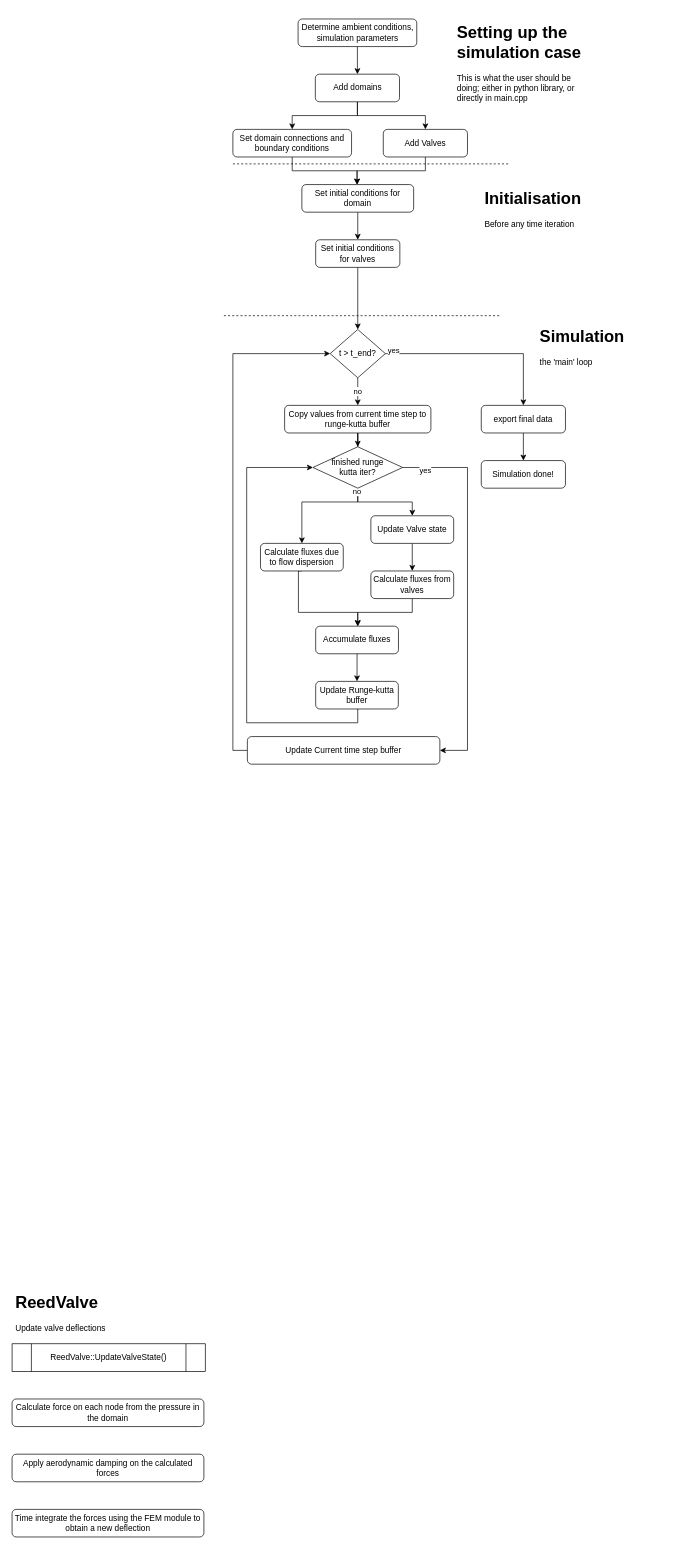
Above: page "Program-Flow-unabstracted" (2 of 5) of documentation/air_breathing_layout.drawio in Aidavdw/komurasaki_air_breathing (draw.io), before the change. Source tidied: cells renumbered, new cells numbered last; positions are measured from the earlier drawing's top-left corner, leaving out a move shared by most shapes. Both pictures are drawn from the tidied source at 69%, with x=0, y=0 at pixel (12, 19).
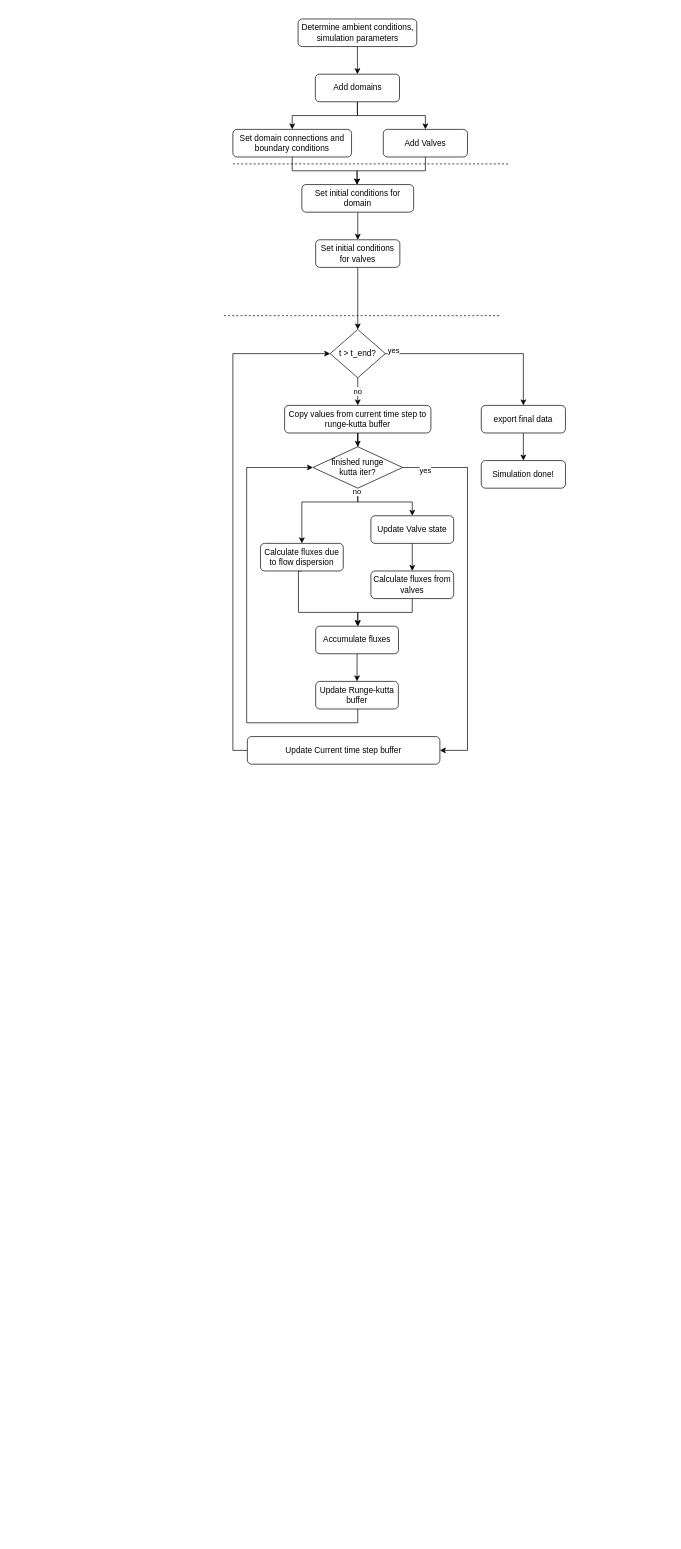
After the change.

What changed in the source:
```diff
@@
-    <mxCell id="13" value="&lt;h1&gt;Setting up the simulation case&lt;/h1&gt;&lt;p&gt;This is what the user should be doing; either in python library, or directly in main.cpp&lt;/p&gt;" style="text;html=1;strokeColor=none;fillColor=none;spacing=5;spacingTop=-20;whiteSpace=wrap;overflow=hidden;rounded=0;" parent="1" vertex="1">
-      <mxGeometry x="640" width="192" height="170" as="geometry" />
-    </mxCell>
-    <mxCell id="14" value="&lt;h1&gt;Initialisation&lt;/h1&gt;&lt;p&gt;Before any time iteration&lt;/p&gt;" style="text;html=1;strokeColor=none;fillColor=none;spacing=5;spacingTop=-20;whiteSpace=wrap;overflow=hidden;rounded=0;" parent="1" vertex="1">
-      <mxGeometry x="680" y="240" width="192" height="70" as="geometry" />
-    </mxCell>
@@
-    <mxCell id="39" value="&lt;h1&gt;Simulation&lt;/h1&gt;&lt;p&gt;the 'main' loop&lt;/p&gt;" style="text;html=1;strokeColor=none;fillColor=none;spacing=5;spacingTop=-20;whiteSpace=wrap;overflow=hidden;rounded=0;" parent="1" vertex="1">
-      <mxGeometry x="760" y="440" width="192" height="70" as="geometry" />
-    </mxCell>
@@
-    <mxCell id="44" value="Calculate force on each node from the pressure in the domain" style="rounded=1;whiteSpace=wrap;html=1;fontSize=12;glass=0;strokeWidth=1;shadow=0;" parent="1" vertex="1">
-      <mxGeometry y="2000" width="278" height="40" as="geometry" />
-    </mxCell>
-    <mxCell id="45" value="&lt;h1&gt;ReedValve&lt;/h1&gt;&lt;p&gt;Update valve deflections&lt;/p&gt;" style="text;html=1;strokeColor=none;fillColor=none;spacing=5;spacingTop=-20;whiteSpace=wrap;overflow=hidden;rounded=0;" parent="1" vertex="1">
-      <mxGeometry y="1840" width="520" height="90" as="geometry" />
-    </mxCell>
-    <mxCell id="46" value="Apply aerodynamic damping on the calculated forces" style="rounded=1;whiteSpace=wrap;html=1;fontSize=12;glass=0;strokeWidth=1;shadow=0;" parent="1" vertex="1">
-      <mxGeometry y="2080" width="278" height="40" as="geometry" />
-    </mxCell>
-    <mxCell id="47" value="Time integrate the forces using the FEM module to obtain a new deflection" style="rounded=1;whiteSpace=wrap;html=1;fontSize=12;glass=0;strokeWidth=1;shadow=0;" parent="1" vertex="1">
-      <mxGeometry y="2160" width="278" height="40" as="geometry" />
-    </mxCell>
-    <mxCell id="48" value="ReedValve::UpdateValveState()" style="shape=process;whiteSpace=wrap;html=1;backgroundOutline=1;" parent="1" vertex="1">
-      <mxGeometry y="1920" width="280" height="40" as="geometry" />
-    </mxCell>
```
